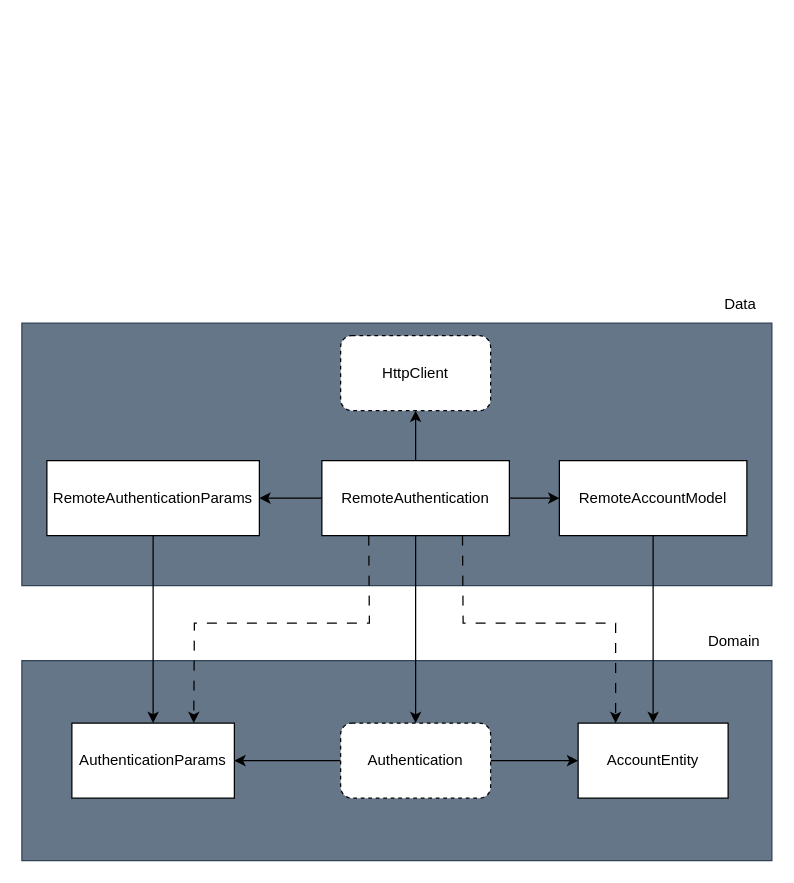
This is requirements/login/diagram.drawio from Arctic-Husky/curso_com_bloc, a draw.io file, before an edit. Source tidied: cells renumbered, new cells numbered last; positions are measured from the earlier drawing's top-left corner, leaving out a move shared by most shapes. Both pictures are drawn from the tidied source at 125%, with x=0, y=0 at pixel (21, 285).
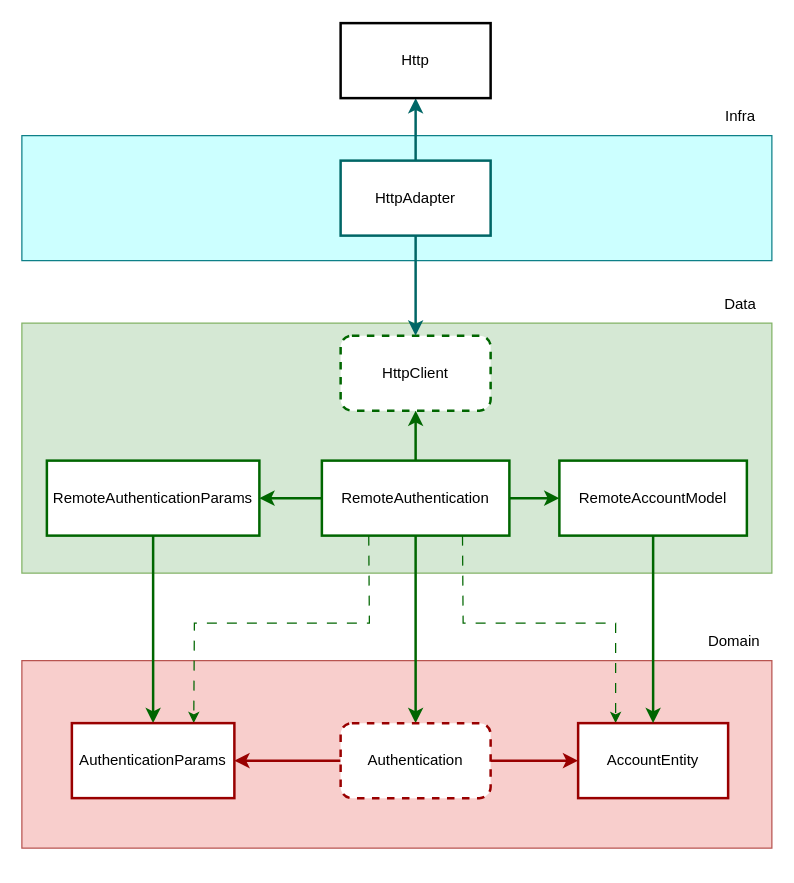
The same diagram, later.

Commit message (it also covers changes not shown here):
Adiciona case e teste post para HttpAdapter

Diff of the diagram source:
```diff
@@
-    <mxCell id="2" style="rounded=0;whiteSpace=wrap;html=1;fillColor=light-dark(#647687,#33001A);fontColor=#ffffff;strokeColor=light-dark(#314354,#99004D);" parent="1" vertex="1">
-      <mxGeometry y="300" width="600" height="160" as="geometry" />
+    <mxCell id="2" style="rounded=0;whiteSpace=wrap;html=1;fillColor=#f8cecc;strokeColor=#b85450;" parent="1" vertex="1">
+      <mxGeometry y="300" width="600" height="150" as="geometry" />
     </mxCell>
-    <mxCell id="3" style="rounded=0;whiteSpace=wrap;html=1;fillColor=light-dark(#647687,#003300);fontColor=#ffffff;strokeColor=light-dark(#314354,#009900);" parent="1" vertex="1">
-      <mxGeometry y="30" width="600" height="210" as="geometry" />
+    <mxCell id="3" style="rounded=0;whiteSpace=wrap;html=1;fillColor=#d5e8d4;strokeColor=#82b366;" parent="1" vertex="1">
+      <mxGeometry y="30" width="600" height="200" as="geometry" />
     </mxCell>
-    <mxCell id="4" style="edgeStyle=none;html=1;entryX=0.5;entryY=1;entryDx=0;entryDy=0;" parent="1" edge="1" source="10" target="11">
+    <mxCell id="4" style="edgeStyle=none;html=1;entryX=0.5;entryY=1;entryDx=0;entryDy=0;strokeWidth=2;strokeColor=#006600;" parent="1" edge="1" source="10" target="11">
       <mxGeometry relative="1" as="geometry" />
     </mxCell>
-    <mxCell id="5" style="edgeStyle=none;html=1;entryX=1;entryY=0.5;entryDx=0;entryDy=0;" parent="1" edge="1" source="10" target="19">
+    <mxCell id="5" style="edgeStyle=none;html=1;entryX=1;entryY=0.5;entryDx=0;entryDy=0;strokeWidth=2;strokeColor=#006600;" parent="1" edge="1" source="10" target="19">
       <mxGeometry relative="1" as="geometry" />
     </mxCell>
-    <mxCell id="6" style="edgeStyle=none;html=1;entryX=0;entryY=0.5;entryDx=0;entryDy=0;" parent="1" edge="1" source="10" target="21">
+    <mxCell id="6" style="edgeStyle=none;html=1;entryX=0;entryY=0.5;entryDx=0;entryDy=0;strokeWidth=2;strokeColor=#006600;" parent="1" edge="1" source="10" target="21">
       <mxGeometry relative="1" as="geometry" />
     </mxCell>
-    <mxCell id="7" style="edgeStyle=none;html=1;entryX=0.5;entryY=0;entryDx=0;entryDy=0;" parent="1" edge="1" source="10" target="14">
+    <mxCell id="7" style="edgeStyle=none;html=1;entryX=0.5;entryY=0;entryDx=0;entryDy=0;strokeWidth=2;strokeColor=#006600;" parent="1" edge="1" source="10" target="14">
       <mxGeometry relative="1" as="geometry" />
     </mxCell>
-    <mxCell id="8" style="edgeStyle=none;html=1;exitX=0.25;exitY=1;exitDx=0;exitDy=0;entryX=0.75;entryY=0;entryDx=0;entryDy=0;dashed=1;rounded=0;curved=0;dashPattern=8 8;" parent="1" edge="1" source="10" target="22">
+    <mxCell id="8" style="edgeStyle=none;html=1;exitX=0.25;exitY=1;exitDx=0;exitDy=0;entryX=0.75;entryY=0;entryDx=0;entryDy=0;dashed=1;rounded=0;curved=0;dashPattern=8 8;strokeColor=#006600;" parent="1" edge="1" source="10" target="22">
       <mxGeometry relative="1" as="geometry">
         <Array as="points">
           <mxPoint x="278" y="270" />
           <mxPoint x="138" y="270" />
         </Array>
       </mxGeometry>
     </mxCell>
-    <mxCell id="9" style="edgeStyle=none;html=1;exitX=0.75;exitY=1;exitDx=0;exitDy=0;entryX=0.25;entryY=0;entryDx=0;entryDy=0;dashed=1;rounded=0;curved=0;dashPattern=8 8;" parent="1" edge="1" source="10" target="15">
+    <mxCell id="9" style="edgeStyle=none;html=1;exitX=0.75;exitY=1;exitDx=0;exitDy=0;entryX=0.25;entryY=0;entryDx=0;entryDy=0;dashed=1;rounded=0;curved=0;dashPattern=8 8;strokeColor=#006600;" parent="1" edge="1" source="10" target="15">
       <mxGeometry relative="1" as="geometry">
         <Array as="points">
           <mxPoint x="353" y="270" />
           <mxPoint x="475" y="270" />
         </Array>
       </mxGeometry>
     </mxCell>
-    <mxCell id="10" value="RemoteAuthentication" style="whiteSpace=wrap;html=1;" parent="1" vertex="1">
+    <mxCell id="10" value="RemoteAuthentication" style="whiteSpace=wrap;html=1;strokeColor=#006600;strokeWidth=2;" parent="1" vertex="1">
       <mxGeometry x="240" y="140" width="150" height="60" as="geometry" />
     </mxCell>
-    <mxCell id="11" value="HttpClient" style="whiteSpace=wrap;html=1;dashed=1;rounded=1;glass=0;shadow=0;" parent="1" vertex="1">
+    <mxCell id="11" value="HttpClient" style="whiteSpace=wrap;html=1;dashed=1;rounded=1;glass=0;shadow=0;strokeWidth=2;strokeColor=#006600;perimeterSpacing=0;" parent="1" vertex="1">
       <mxGeometry x="255" y="40" width="120" height="60" as="geometry" />
     </mxCell>
-    <mxCell id="12" style="edgeStyle=none;html=1;entryX=0;entryY=0.5;entryDx=0;entryDy=0;" parent="1" edge="1" source="14" target="15">
+    <mxCell id="12" style="edgeStyle=none;html=1;entryX=0;entryY=0.5;entryDx=0;entryDy=0;strokeWidth=2;strokeColor=#990000;" parent="1" edge="1" source="14" target="15">
       <mxGeometry relative="1" as="geometry" />
     </mxCell>
-    <mxCell id="13" style="edgeStyle=none;html=1;" parent="1" edge="1" source="14" target="22">
+    <mxCell id="13" style="edgeStyle=none;html=1;strokeWidth=2;strokeColor=#990000;" parent="1" edge="1" source="14" target="22">
       <mxGeometry relative="1" as="geometry" />
     </mxCell>
-    <mxCell id="14" value="Authentication" style="whiteSpace=wrap;html=1;dashed=1;rounded=1;" parent="1" vertex="1">
+    <mxCell id="14" value="Authentication" style="whiteSpace=wrap;html=1;dashed=1;rounded=1;strokeColor=#990000;strokeWidth=2;" parent="1" vertex="1">
       <mxGeometry x="255" y="350" width="120" height="60" as="geometry" />
     </mxCell>
-    <mxCell id="15" value="AccountEntity" style="whiteSpace=wrap;html=1;" parent="1" vertex="1">
+    <mxCell id="15" value="AccountEntity" style="whiteSpace=wrap;html=1;strokeColor=#990000;strokeWidth=2;" parent="1" vertex="1">
       <mxGeometry x="445" y="350" width="120" height="60" as="geometry" />
     </mxCell>
@@
-    <mxCell id="18" style="edgeStyle=none;html=1;entryX=0.5;entryY=0;entryDx=0;entryDy=0;" parent="1" edge="1" source="19" target="22">
+    <mxCell id="18" style="edgeStyle=none;html=1;entryX=0.5;entryY=0;entryDx=0;entryDy=0;strokeWidth=2;strokeColor=#006600;" parent="1" edge="1" source="19" target="22">
       <mxGeometry relative="1" as="geometry" />
     </mxCell>
-    <mxCell id="19" value="RemoteAuthenticationParams" style="whiteSpace=wrap;html=1;" parent="1" vertex="1">
+    <mxCell id="19" value="RemoteAuthenticationParams" style="whiteSpace=wrap;html=1;perimeterSpacing=0;strokeWidth=2;strokeColor=#006600;" parent="1" vertex="1">
       <mxGeometry x="20" y="140" width="170" height="60" as="geometry" />
     </mxCell>
-    <mxCell id="20" style="edgeStyle=none;html=1;entryX=0.5;entryY=0;entryDx=0;entryDy=0;" parent="1" edge="1" source="21" target="15">
+    <mxCell id="20" style="edgeStyle=none;html=1;entryX=0.5;entryY=0;entryDx=0;entryDy=0;strokeWidth=2;strokeColor=#006600;" parent="1" edge="1" source="21" target="15">
       <mxGeometry relative="1" as="geometry" />
     </mxCell>
-    <mxCell id="21" value="RemoteAccountModel" style="whiteSpace=wrap;html=1;" parent="1" vertex="1">
+    <mxCell id="21" value="RemoteAccountModel" style="whiteSpace=wrap;html=1;strokeWidth=2;strokeColor=#006600;" parent="1" vertex="1">
       <mxGeometry x="430" y="140" width="150" height="60" as="geometry" />
     </mxCell>
-    <mxCell id="22" value="AuthenticationParams" style="whiteSpace=wrap;html=1;" parent="1" vertex="1">
+    <mxCell id="22" value="AuthenticationParams" style="whiteSpace=wrap;html=1;strokeColor=#990000;strokeWidth=2;" parent="1" vertex="1">
       <mxGeometry x="40" y="350" width="130" height="60" as="geometry" />
     </mxCell>
+    <mxCell id="23" style="rounded=0;whiteSpace=wrap;html=1;fillColor=#CCFFFF;strokeColor=#0e8088;" parent="1" vertex="1">
+      <mxGeometry y="-120" width="600" height="100" as="geometry" />
+    </mxCell>
+    <mxCell id="24" value="Infra" style="text;html=1;align=center;verticalAlign=middle;whiteSpace=wrap;rounded=0;" parent="1" vertex="1">
+      <mxGeometry x="550" y="-150" width="50" height="30" as="geometry" />
+    </mxCell>
+    <mxCell id="25" style="edgeStyle=none;html=1;entryX=0.5;entryY=0;entryDx=0;entryDy=0;strokeWidth=2;strokeColor=#006666;" parent="1" edge="1" source="27" target="11">
+      <mxGeometry relative="1" as="geometry" />
+    </mxCell>
+    <mxCell id="26" style="edgeStyle=none;html=1;entryX=0.5;entryY=1;entryDx=0;entryDy=0;strokeWidth=2;strokeColor=#006666;" parent="1" edge="1" source="27" target="28">
+      <mxGeometry relative="1" as="geometry" />
+    </mxCell>
+    <mxCell id="27" value="HttpAdapter" style="rounded=0;whiteSpace=wrap;html=1;strokeWidth=2;strokeColor=#006666;" parent="1" vertex="1">
+      <mxGeometry x="255" y="-100" width="120" height="60" as="geometry" />
+    </mxCell>
+    <mxCell id="28" value="Http" style="rounded=0;whiteSpace=wrap;html=1;strokeWidth=2;" parent="1" vertex="1">
+      <mxGeometry x="255" y="-210" width="120" height="60" as="geometry" />
+    </mxCell>
```
